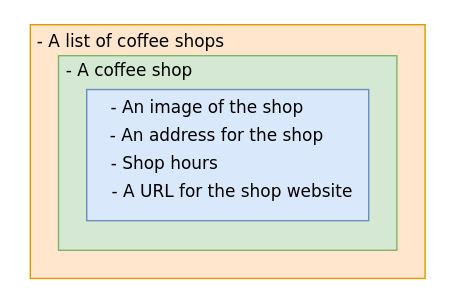
Before: web-420/week-6/api/APIdescriptors.drawio in joneskj55/wireframes, a draw.io diagram. Source tidied: cells renumbered, new cells numbered last; positions are measured from the earlier drawing's top-left corner, leaving out a move shared by most shapes. Both pictures are drawn from the tidied source at 141%, with x=0, y=0 at pixel (24, 24).
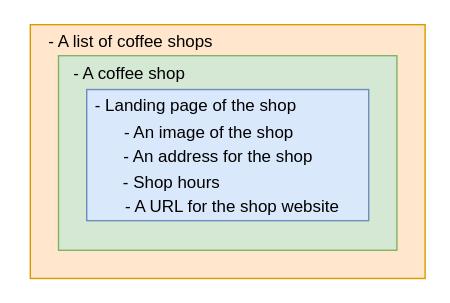
The same diagram, later.

What changed in the source:
```diff
@@
 <mxGraphModel>
   <root>
     <mxCell id="0" />
     <mxCell id="1" parent="0" />
     <mxCell id="2" style="rounded=0;whiteSpace=wrap;html=1;fillColor=#ffe6cc;strokeColor=#d79b00;" parent="1" vertex="1">
       <mxGeometry x="4" width="280" height="180" as="geometry" />
     </mxCell>
     <mxCell id="3" style="rounded=0;whiteSpace=wrap;html=1;fillColor=#d5e8d4;strokeColor=#82b366;" parent="1" vertex="1">
       <mxGeometry x="24" y="22" width="240" height="138" as="geometry" />
     </mxCell>
-    <mxCell id="4" value="&lt;font face=&quot;Verdana&quot;&gt;- A list of coffee shops&lt;/font&gt;" style="text;html=1;align=center;verticalAlign=middle;" parent="1" vertex="1">
-      <mxGeometry y="2" width="150" height="20" as="geometry" />
+    <mxCell id="4" value="&lt;font face=&quot;Helvetica&quot;&gt;- A list of coffee shops&lt;/font&gt;" style="text;html=1;align=center;verticalAlign=middle;" parent="1" vertex="1">
+      <mxGeometry x="10" y="2" width="130" height="20" as="geometry" />
     </mxCell>
-    <mxCell id="5" value="&lt;font face=&quot;Verdana&quot;&gt;- A coffee shop&lt;/font&gt;" style="text;html=1;align=center;verticalAlign=middle;" parent="1" vertex="1">
-      <mxGeometry x="19" y="23" width="110" height="20" as="geometry" />
+    <mxCell id="5" value="&lt;font face=&quot;Helvetica&quot;&gt;- A coffee shop&lt;/font&gt;" style="text;html=1;align=center;verticalAlign=middle;" parent="1" vertex="1">
+      <mxGeometry x="24" y="25" width="100" height="20" as="geometry" />
     </mxCell>
     <mxCell id="6" style="rounded=0;whiteSpace=wrap;html=1;fillColor=#dae8fc;strokeColor=#6c8ebf;" parent="1" vertex="1">
       <mxGeometry x="44" y="46" width="200" height="93" as="geometry" />
     </mxCell>
-    <mxCell id="7" value="&lt;div align=&quot;right&quot;&gt;&lt;font face=&quot;Verdana&quot;&gt;- An image of the shop&lt;/font&gt;&lt;/div&gt;" style="text;html=1;align=right;verticalAlign=middle;" parent="1" vertex="1">
-      <mxGeometry x="49" y="49" width="150" height="20" as="geometry" />
+    <mxCell id="7" value="&lt;div align=&quot;right&quot;&gt;&lt;font face=&quot;Helvetica&quot;&gt;- An image of the shop&lt;/font&gt;&lt;/div&gt;" style="text;html=1;align=right;verticalAlign=middle;" parent="1" vertex="1">
+      <mxGeometry x="52" y="67" width="140" height="20" as="geometry" />
     </mxCell>
-    <mxCell id="8" value="&lt;font face=&quot;Verdana&quot;&gt;- An address for the shop&lt;/font&gt;" style="text;html=1;align=center;verticalAlign=middle;" parent="1" vertex="1">
-      <mxGeometry x="51" y="69" width="170" height="20" as="geometry" />
+    <mxCell id="8" value="&lt;font face=&quot;Helvetica&quot;&gt;- An address for the shop&lt;/font&gt;" style="text;html=1;align=center;verticalAlign=middle;" parent="1" vertex="1">
+      <mxGeometry x="62" y="84" width="150" height="20" as="geometry" />
     </mxCell>
-    <mxCell id="9" value="&lt;font face=&quot;Verdana&quot;&gt;- Shop hours&lt;/font&gt;" style="text;html=1;align=center;verticalAlign=middle;" parent="1" vertex="1">
-      <mxGeometry x="54" y="89" width="90" height="20" as="geometry" />
+    <mxCell id="9" value="&lt;font face=&quot;Helvetica&quot;&gt;- Shop hours&lt;/font&gt;" style="text;html=1;align=center;verticalAlign=middle;" parent="1" vertex="1">
+      <mxGeometry x="64" y="102" width="80" height="20" as="geometry" />
     </mxCell>
-    <mxCell id="10" value="&lt;font face=&quot;Verdana&quot;&gt;- A URL for the shop website&lt;/font&gt;" style="text;html=1;align=center;verticalAlign=middle;" parent="1" vertex="1">
-      <mxGeometry x="52" y="109" width="190" height="20" as="geometry" />
+    <mxCell id="10" value="&lt;font face=&quot;Helvetica&quot;&gt;- A URL for the shop website&lt;/font&gt;" style="text;html=1;align=center;verticalAlign=middle;" parent="1" vertex="1">
+      <mxGeometry x="62" y="119" width="170" height="20" as="geometry" />
     </mxCell>
+    <mxCell id="11" value="&lt;div align=&quot;right&quot;&gt;&lt;font face=&quot;Helvetica&quot;&gt;- Landing page of the shop&lt;/font&gt;&lt;/div&gt;" style="text;html=1;align=right;verticalAlign=middle;" parent="1" vertex="1">
+      <mxGeometry x="34" y="48" width="160" height="20" as="geometry" />
+    </mxCell>
   </root>
 </mxGraphModel>
```
